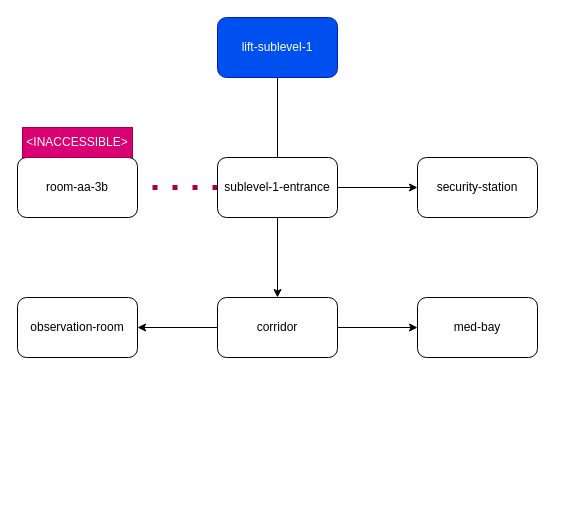
Earlier version of the draw.io diagram page "Sublevel-1" (2 of 2) of amble_map.drawio (pygmy-twylyte/amble). Source tidied: cells renumbered, new cells numbered last; positions are measured from the earlier drawing's top-left corner, leaving out a move shared by most shapes. Both pictures are drawn from the tidied source at 100%, with x=0, y=0 at pixel (17, 17).
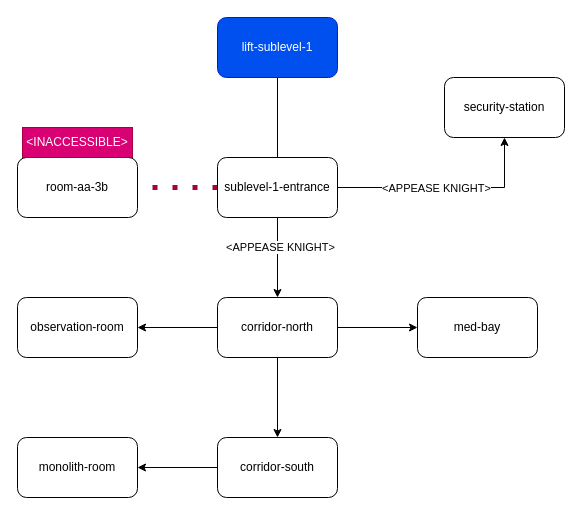
The same page after the edit.

The change refers to these unchanged cells:
```xml
<mxCell id="5" style="edgeStyle=orthogonalEdgeStyle;rounded=0;jettySize=auto;html=1;" parent="1" edge="1" source="7" target="12">
  <mxGeometry relative="1" as="geometry" />
</mxCell>
<mxCell id="6" style="edgeStyle=orthogonalEdgeStyle;rounded=0;jettySize=auto;html=1;" parent="1" edge="1" source="7" target="14">
  <mxGeometry relative="1" as="geometry" />
</mxCell>
```

Diff of the diagram source:
```diff
@@
+    <mxCell id="16" value="&amp;lt;APPEASE KNIGHT&amp;gt;" style="edgeLabel;html=1;align=center;verticalAlign=middle;" parent="5" vertex="1">
+      <mxGeometry x="-0.28" y="2" relative="1" as="geometry" />
+    </mxCell>
@@
+    <mxCell id="17" value="&amp;lt;APPEASE KNIGHT&amp;gt;" style="edgeLabel;html=1;align=center;verticalAlign=middle;" parent="6" vertex="1">
+      <mxGeometry x="-0.1" relative="1" as="geometry" />
+    </mxCell>
@@
+    <mxCell id="18" style="edgeStyle=orthogonalEdgeStyle;rounded=0;jettySize=auto;html=1;" parent="1" edge="1" source="12" target="20">
+      <mxGeometry relative="1" as="geometry" />
+    </mxCell>
-    <mxCell id="12" value="corridor" style="rounded=1;whiteSpace=wrap;html=1;" parent="1" vertex="1">
+    <mxCell id="12" value="corridor-north" style="rounded=1;whiteSpace=wrap;html=1;" parent="1" vertex="1">
       <mxGeometry x="200" y="280" width="120" height="60" as="geometry" />
     </mxCell>
@@
     <mxCell id="14" value="security-station" style="rounded=1;whiteSpace=wrap;html=1;" parent="1" vertex="1">
-      <mxGeometry x="400" y="140" width="120" height="60" as="geometry" />
+      <mxGeometry x="427" y="60" width="120" height="60" as="geometry" />
     </mxCell>
@@
+    <mxCell id="19" style="edgeStyle=orthogonalEdgeStyle;rounded=0;jettySize=auto;html=1;" parent="1" edge="1" source="20" target="21">
+      <mxGeometry relative="1" as="geometry" />
+    </mxCell>
+    <mxCell id="20" value="corridor-south" style="rounded=1;whiteSpace=wrap;html=1;" parent="1" vertex="1">
+      <mxGeometry x="200" y="420" width="120" height="60" as="geometry" />
+    </mxCell>
+    <mxCell id="21" value="monolith-room" style="rounded=1;whiteSpace=wrap;html=1;" parent="1" vertex="1">
+      <mxGeometry y="420" width="120" height="60" as="geometry" />
+    </mxCell>
```
